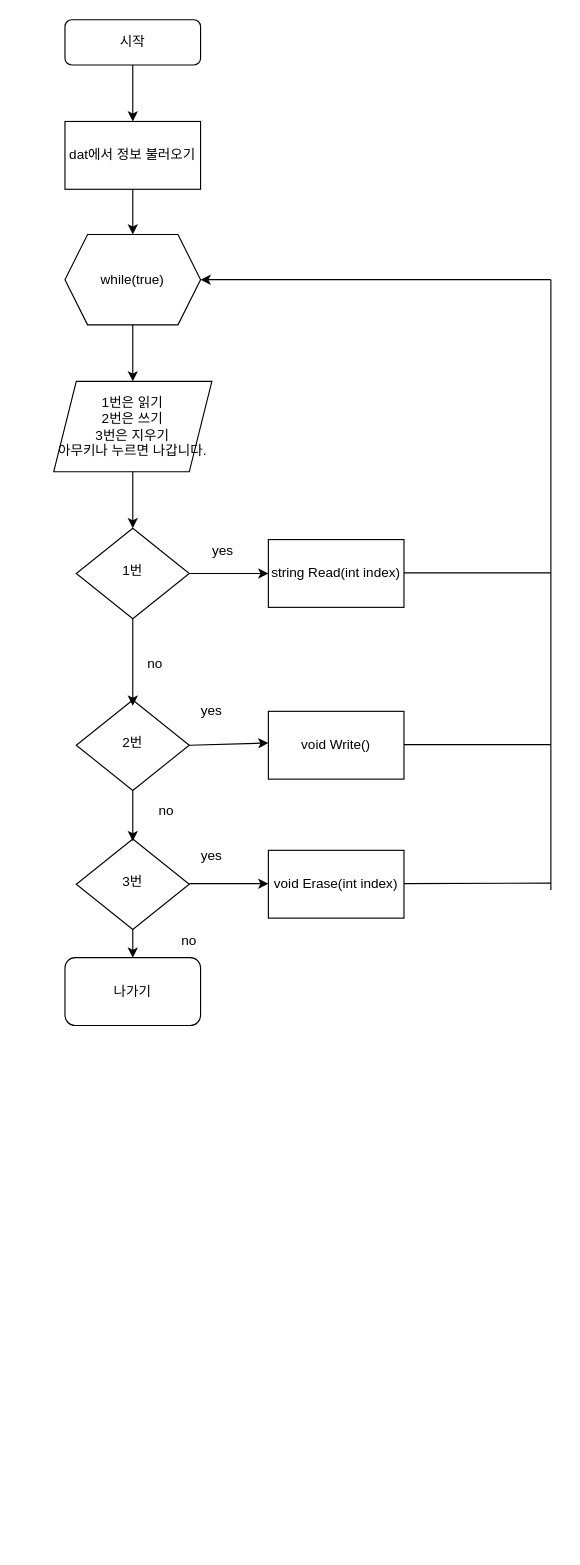
creepereye/Git-Tutorial keeps this draw.io diagram as page "Page-1" (1 of 4) of 제목 없는 다이어그램.drawio. Above is the earlier version. Source tidied: cells renumbered, new cells numbered last; positions are measured from the earlier drawing's top-left corner, leaving out a move shared by most shapes. Both pictures are drawn from the tidied source at 113%, with x=0, y=0 at pixel (53, 19).
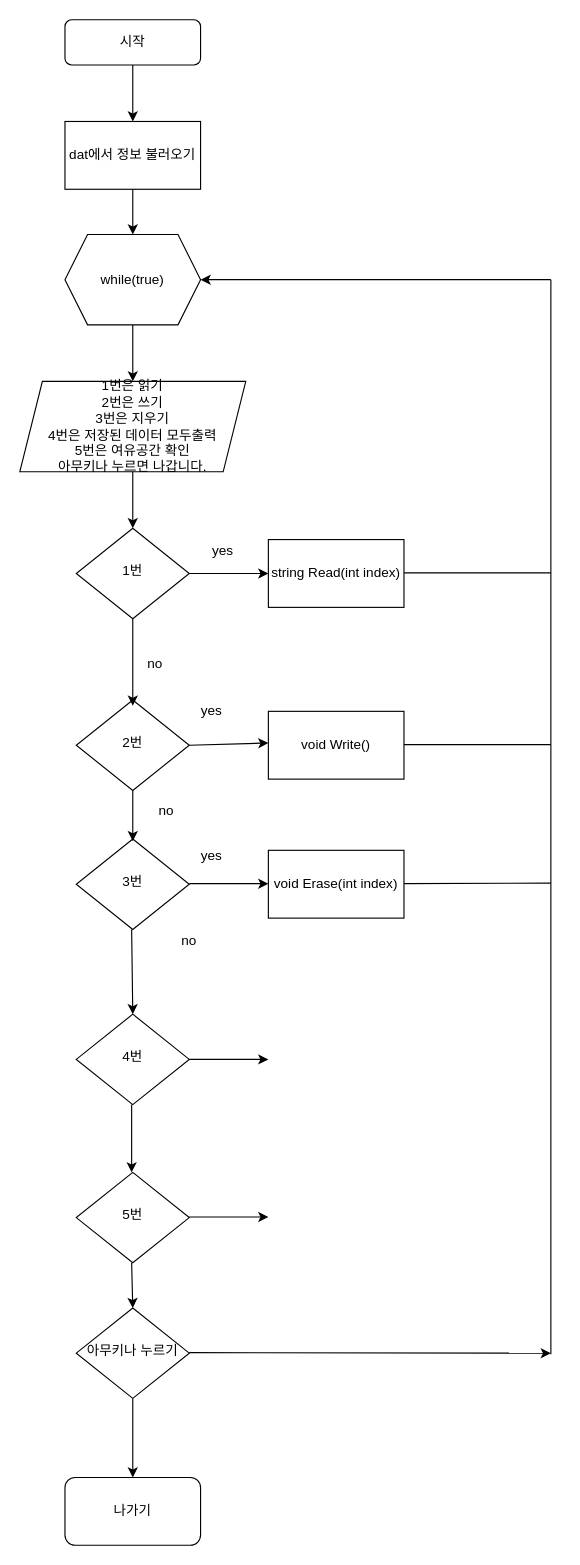
The same diagram, later.

The change refers to these unchanged cells:
```xml
<mxCell id="10" value="3번" style="rhombus;whiteSpace=wrap;html=1;shadow=0;fontFamily=Helvetica;fontSize=12;align=center;strokeWidth=1;spacing=6;spacingTop=-4;" parent="1" vertex="1">
  <mxGeometry x="20" y="725" width="100" height="80" as="geometry" />
</mxCell>
```

Diff of the diagram source:
```diff
@@
-    <mxCell id="7" value="1번은 읽기&lt;br&gt;2번은 쓰기&lt;br&gt;3번은 지우기&lt;br&gt;아무키나 누르면 나갑니다." style="shape=parallelogram;perimeter=parallelogramPerimeter;whiteSpace=wrap;html=1;fixedSize=1;" parent="1" vertex="1">
-      <mxGeometry y="320" width="140" height="80" as="geometry" />
+    <mxCell id="7" value="1번은 읽기&lt;br&gt;2번은 쓰기&lt;br&gt;3번은 지우기&lt;br&gt;4번은 저장된 데이터 모두출력&lt;br&gt;5번은 여유공간 확인&lt;br&gt;아무키나 누르면 나갑니다." style="shape=parallelogram;perimeter=parallelogramPerimeter;whiteSpace=wrap;html=1;fixedSize=1;" parent="1" vertex="1">
+      <mxGeometry x="-30" y="320" width="200" height="80" as="geometry" />
     </mxCell>
@@
     <mxCell id="22" style="endArrow=none;html=1;" parent="1" edge="1">
       <mxGeometry relative="1" as="geometry">
         <mxPoint x="440" y="230" as="sourcePoint" />
-        <mxPoint x="440" y="770" as="targetPoint" />
+        <mxPoint x="440" y="1181" as="targetPoint" />
       </mxGeometry>
     </mxCell>
@@
-    <mxCell id="26" style="endArrow=classic;html=1;exitX=0.5;exitY=1;exitDx=0;exitDy=0;" parent="1" edge="1" source="10" target="27">
+    <mxCell id="26" style="endArrow=classic;html=1;exitX=0.5;exitY=1;exitDx=0;exitDy=0;" parent="1" edge="1" source="38" target="27">
       <mxGeometry relative="1" as="geometry" />
     </mxCell>
     <mxCell id="27" value="나가기" style="rounded=1;whiteSpace=wrap;html=1;" parent="1" vertex="1">
-      <mxGeometry x="10" y="830" width="120" height="60" as="geometry" />
+      <mxGeometry x="10" y="1290" width="120" height="60" as="geometry" />
     </mxCell>
@@
+    <mxCell id="34" style="endArrow=classic;html=1;" parent="1" edge="1">
+      <mxGeometry relative="1" as="geometry">
+        <mxPoint x="69" y="960" as="sourcePoint" />
+        <mxPoint x="69" y="1020" as="targetPoint" />
+      </mxGeometry>
+    </mxCell>
+    <mxCell id="35" value="4번" style="rhombus;whiteSpace=wrap;html=1;shadow=0;fontFamily=Helvetica;fontSize=12;align=center;strokeWidth=1;spacing=6;spacingTop=-4;" parent="1" vertex="1">
+      <mxGeometry x="20" y="880" width="100" height="80" as="geometry" />
+    </mxCell>
+    <mxCell id="36" value="5번" style="rhombus;whiteSpace=wrap;html=1;shadow=0;fontFamily=Helvetica;fontSize=12;align=center;strokeWidth=1;spacing=6;spacingTop=-4;" parent="1" vertex="1">
+      <mxGeometry x="20" y="1020" width="100" height="80" as="geometry" />
+    </mxCell>
+    <mxCell id="37" style="endArrow=classic;html=1;entryX=0.5;entryY=0;entryDx=0;entryDy=0;" parent="1" edge="1" target="35">
+      <mxGeometry relative="1" as="geometry">
+        <mxPoint x="69" y="805" as="sourcePoint" />
+      </mxGeometry>
+    </mxCell>
+    <mxCell id="38" value="아무키나 누르기" style="rhombus;whiteSpace=wrap;html=1;shadow=0;fontFamily=Helvetica;fontSize=12;align=center;strokeWidth=1;spacing=6;spacingTop=-4;" parent="1" vertex="1">
+      <mxGeometry x="20" y="1140" width="100" height="80" as="geometry" />
+    </mxCell>
+    <mxCell id="39" style="endArrow=classic;html=1;entryX=0.5;entryY=0;entryDx=0;entryDy=0;" parent="1" edge="1" target="38">
+      <mxGeometry relative="1" as="geometry">
+        <mxPoint x="69" y="1100" as="sourcePoint" />
+      </mxGeometry>
+    </mxCell>
+    <mxCell id="40" style="endArrow=classic;html=1;exitX=1;exitY=0.5;exitDx=0;exitDy=0;" parent="1" edge="1">
+      <mxGeometry relative="1" as="geometry">
+        <mxPoint x="120" y="920" as="sourcePoint" />
+        <mxPoint x="190" y="920" as="targetPoint" />
+      </mxGeometry>
+    </mxCell>
+    <mxCell id="41" style="endArrow=classic;html=1;exitX=1;exitY=0.5;exitDx=0;exitDy=0;" parent="1" edge="1">
+      <mxGeometry relative="1" as="geometry">
+        <mxPoint x="120" y="1059.5" as="sourcePoint" />
+        <mxPoint x="190" y="1059.5" as="targetPoint" />
+      </mxGeometry>
+    </mxCell>
+    <mxCell id="42" style="endArrow=classic;html=1;exitX=1;exitY=0.5;exitDx=0;exitDy=0;" parent="1" edge="1">
+      <mxGeometry relative="1" as="geometry">
+        <mxPoint x="120" y="1179.5" as="sourcePoint" />
+        <mxPoint x="440" y="1180" as="targetPoint" />
+      </mxGeometry>
+    </mxCell>
```
